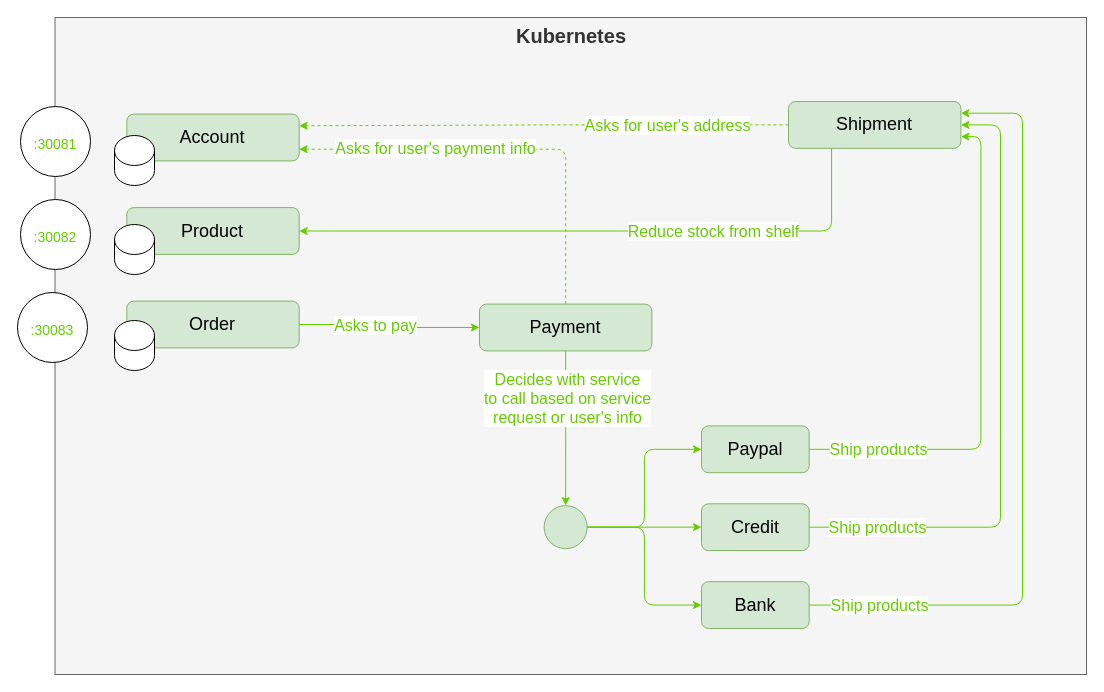
This is assignment.drawio from sainturb/miu-sa_rental-apartment, a draw.io file, before an edit. Source tidied: cells renumbered, new cells numbered last; positions are measured from the earlier drawing's top-left corner, leaving out a move shared by most shapes. Both pictures are drawn from the tidied source at 100%, with x=0, y=0 at pixel (17, 17).
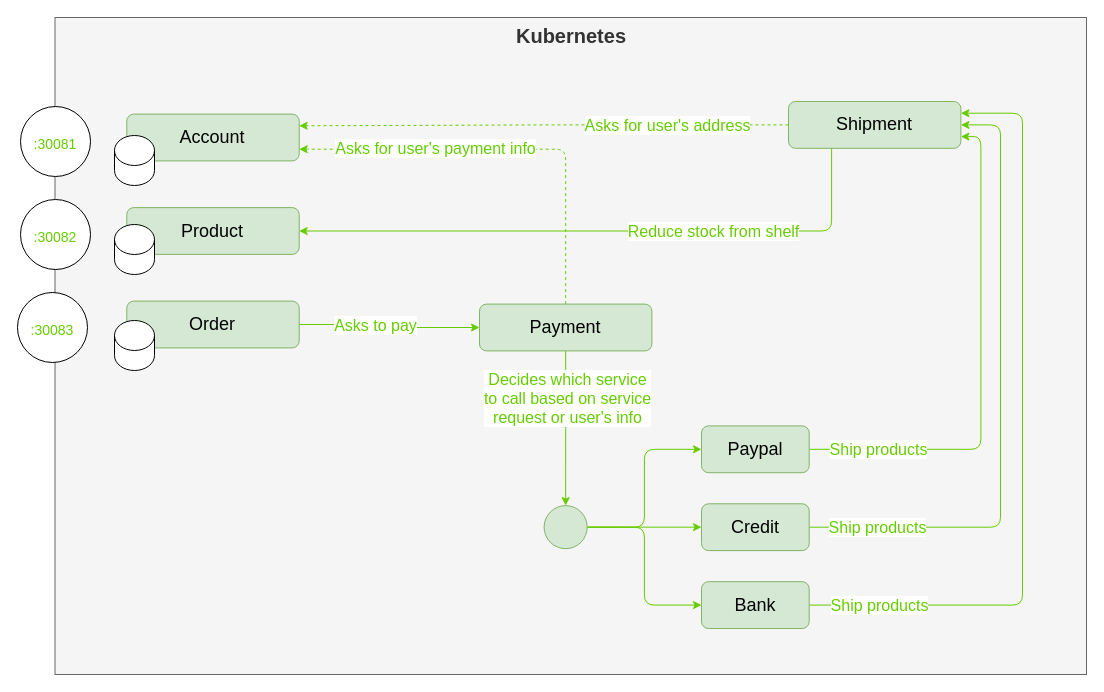
The same diagram, later.

The change refers to these unchanged cells:
```xml
<mxCell id="29" style="edgeStyle=orthogonalEdgeStyle;rounded=1;jettySize=auto;html=1;exitX=0.5;exitY=1;exitDx=0;exitDy=0;strokeColor=#66CC00;" parent="1" edge="1" source="21" target="28">
  <mxGeometry relative="1" as="geometry" />
</mxCell>
```

Diff of the diagram source:
```diff
@@
-    <mxCell id="30" value="Decides with service &lt;br&gt;to call based on service &lt;br&gt;request or user's info" style="edgeLabel;html=1;align=center;verticalAlign=middle;fontSize=16;fontColor=#66CC00;" parent="29" vertex="1">
+    <mxCell id="30" value="Decides which service &lt;br&gt;to call based on service &lt;br&gt;request or user's info" style="edgeLabel;html=1;align=center;verticalAlign=middle;fontSize=16;fontColor=#66CC00;" parent="29" vertex="1">
       <mxGeometry x="-0.41" y="1" relative="1" as="geometry">
         <mxPoint y="1" as="offset" />
       </mxGeometry>
     </mxCell>
```
